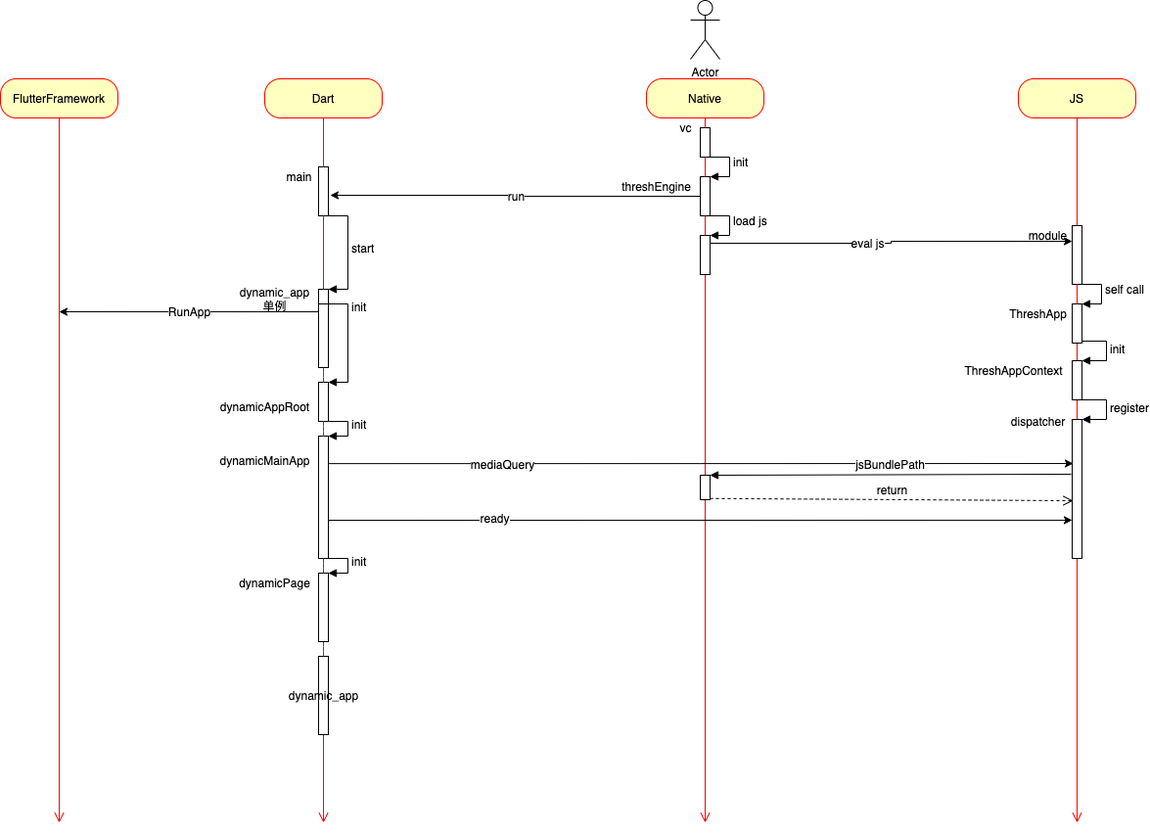
JD-Tang/flutter_uml keeps this draw.io diagram as flutter/thresh UML.png. Above is the earlier version. Source tidied: cells renumbered, new cells last; positions are measured from the earlier drawing's top-left corner, leaving out a move shared by most shapes.
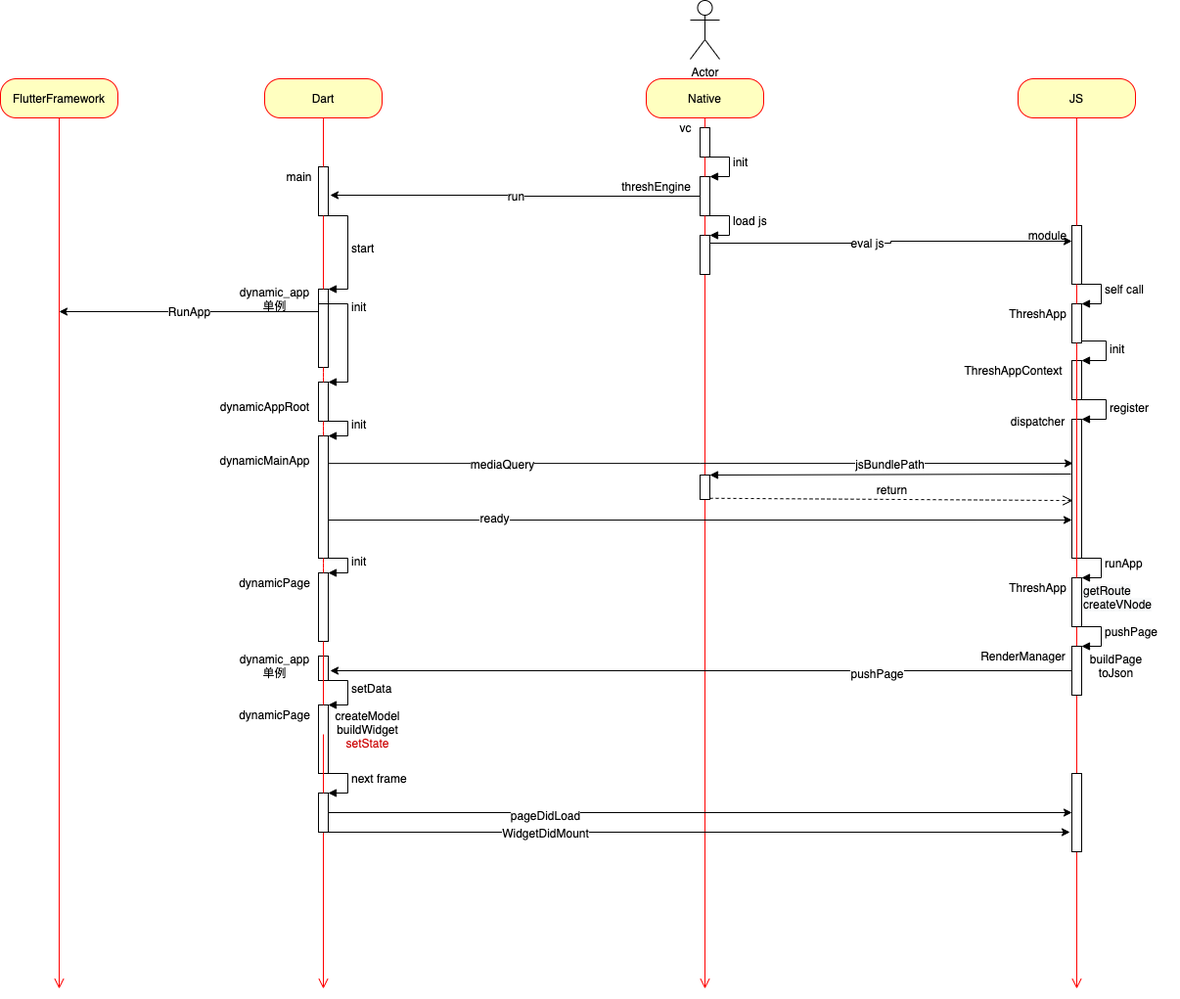
After the change.

Change to the diagram source:
```diff
@@ -7,7 +7,7 @@
     </mxCell>
     <mxCell id="3" style="edgeStyle=orthogonalEdgeStyle;html=1;verticalAlign=bottom;endArrow=open;endSize=8;strokeColor=#ff0000;startArrow=none;" parent="1" edge="1" source="50">
       <mxGeometry relative="1" as="geometry">
-        <mxPoint x="720" y="840" as="targetPoint" />
+        <mxPoint x="720" y="1010" as="targetPoint" />
       </mxGeometry>
     </mxCell>
     <mxCell id="4" style="html=1;points=[];perimeter=orthogonalPerimeter;" parent="1" vertex="1">
@@ -19,27 +19,26 @@
     <mxCell id="6" value="Dart" style="rounded=1;whiteSpace=wrap;html=1;arcSize=40;fontColor=#000000;fillColor=#ffffc0;strokeColor=#ff0000;" parent="1" vertex="1">
       <mxGeometry x="270" y="80" width="120" height="40" as="geometry" />
     </mxCell>
-    <mxCell id="7" style="edgeStyle=orthogonalEdgeStyle;html=1;verticalAlign=bottom;endArrow=open;endSize=8;strokeColor=#ff0000;startArrow=none;" parent="1" edge="1" source="11">
+    <mxCell id="7" style="edgeStyle=orthogonalEdgeStyle;html=1;verticalAlign=bottom;endArrow=open;endSize=8;strokeColor=#ff0000;startArrow=none;" parent="1" edge="1" source="89">
       <mxGeometry relative="1" as="geometry">
-        <mxPoint x="330" y="840" as="targetPoint" />
+        <mxPoint x="330" y="1010" as="targetPoint" />
       </mxGeometry>
     </mxCell>
     <mxCell id="8" value="JS" style="rounded=1;whiteSpace=wrap;html=1;arcSize=40;fontColor=#000000;fillColor=#ffffc0;strokeColor=#ff0000;" parent="1" vertex="1">
       <mxGeometry x="1040" y="80" width="120" height="40" as="geometry" />
     </mxCell>
-    <mxCell id="9" style="edgeStyle=orthogonalEdgeStyle;html=1;verticalAlign=bottom;endArrow=open;endSize=8;strokeColor=#ff0000;startArrow=none;" parent="1" edge="1" source="63">
+    <mxCell id="9" style="edgeStyle=orthogonalEdgeStyle;html=1;verticalAlign=bottom;endArrow=open;endSize=8;strokeColor=#ff0000;startArrow=none;" parent="1" edge="1" source="69">
       <mxGeometry relative="1" as="geometry">
-        <mxPoint x="1100" y="840" as="targetPoint" />
+        <mxPoint x="1100" y="1010" as="targetPoint" />
       </mxGeometry>
     </mxCell>
     <mxCell id="10" value="Actor" style="shape=umlActor;verticalLabelPosition=bottom;verticalAlign=top;html=1;" parent="1" vertex="1">
       <mxGeometry x="705" width="30" height="60" as="geometry" />
     </mxCell>
-    <mxCell id="11" value="dynamic_app" style="html=1;points=[];perimeter=orthogonalPerimeter;" parent="1" vertex="1">
-      <mxGeometry x="325" y="670" width="10" height="80" as="geometry" />
-    </mxCell>
-    <mxCell id="12" style="edgeStyle=orthogonalEdgeStyle;html=1;verticalAlign=bottom;endArrow=none;endSize=8;strokeColor=#ff0000;startArrow=none;" parent="1" edge="1" source="37" target="11">
-      <mxGeometry relative="1" as="geometry" />
+    <mxCell id="12" style="edgeStyle=orthogonalEdgeStyle;html=1;verticalAlign=bottom;endArrow=none;endSize=8;strokeColor=#ff0000;startArrow=none;" parent="1" edge="1" source="82">
+      <mxGeometry relative="1" as="geometry">
+        <mxPoint x="330" y="750" as="targetPoint" />
+      </mxGeometry>
     </mxCell>
     <mxCell id="13" style="html=1;points=[];perimeter=orthogonalPerimeter;" parent="1" vertex="1">
       <mxGeometry x="325" y="170" width="10" height="50" as="geometry" />
@@ -74,7 +73,7 @@
     </mxCell>
     <mxCell id="21" style="edgeStyle=orthogonalEdgeStyle;html=1;verticalAlign=bottom;endArrow=open;endSize=8;strokeColor=#ff0000;" parent="1" edge="1" source="20">
       <mxGeometry relative="1" as="geometry">
-        <mxPoint x="60" y="840" as="targetPoint" />
+        <mxPoint x="60" y="1010" as="targetPoint" />
       </mxGeometry>
     </mxCell>
     <mxCell id="22" value="main" style="text;html=1;align=center;verticalAlign=middle;strokeColor=none;" parent="1" vertex="1">
@@ -261,5 +260,111 @@
     <mxCell id="67" value="return" style="html=1;verticalAlign=bottom;endArrow=open;dashed=1;endSize=8;exitX=1;exitY=0.95;entryX=0.1;entryY=0.585;entryDx=0;entryDy=0;entryPerimeter=0;" parent="1" edge="1" source="65" target="57">
       <mxGeometry relative="1" as="geometry" />
     </mxCell>
+    <mxCell id="68" value="runApp" style="edgeStyle=orthogonalEdgeStyle;html=1;align=left;spacingLeft=2;endArrow=block;rounded=0;entryX=1;entryY=0;" parent="1" edge="1" target="69">
+      <mxGeometry relative="1" as="geometry">
+        <mxPoint x="1095" y="570" as="sourcePoint" />
+        <Array as="points">
+          <mxPoint x="1125" y="570" />
+        </Array>
+      </mxGeometry>
+    </mxCell>
+    <mxCell id="69" style="html=1;points=[];perimeter=orthogonalPerimeter;" parent="1" vertex="1">
+      <mxGeometry x="1095" y="590" width="10" height="50" as="geometry" />
+    </mxCell>
+    <mxCell id="70" style="edgeStyle=orthogonalEdgeStyle;html=1;verticalAlign=bottom;endArrow=none;endSize=8;strokeColor=#ff0000;startArrow=none;" parent="1" edge="1" source="63" target="69">
+      <mxGeometry relative="1" as="geometry" />
+    </mxCell>
+    <mxCell id="71" value="&lt;span style=&quot;color: rgb(0 , 0 , 0) ; font-family: &amp;#34;helvetica&amp;#34; ; font-size: 12px ; font-style: normal ; font-weight: 400 ; letter-spacing: normal ; text-align: center ; text-indent: 0px ; text-transform: none ; word-spacing: 0px ; background-color: rgb(248 , 249 , 250) ; display: inline ; float: none&quot;&gt;getRoute&lt;/span&gt;&lt;br style=&quot;color: rgb(0 , 0 , 0) ; font-family: &amp;#34;helvetica&amp;#34; ; font-size: 12px ; font-style: normal ; font-weight: 400 ; letter-spacing: normal ; text-align: center ; text-indent: 0px ; text-transform: none ; word-spacing: 0px ; background-color: rgb(248 , 249 , 250)&quot;&gt;&lt;span style=&quot;color: rgb(0 , 0 , 0) ; font-family: &amp;#34;helvetica&amp;#34; ; font-size: 12px ; font-style: normal ; font-weight: 400 ; letter-spacing: normal ; text-align: center ; text-indent: 0px ; text-transform: none ; word-spacing: 0px ; background-color: rgb(248 , 249 , 250) ; display: inline ; float: none&quot;&gt;createVNode&lt;br&gt;&lt;br&gt;&lt;/span&gt;" style="text;whiteSpace=wrap;html=1;" parent="1" vertex="1">
+      <mxGeometry x="1105" y="590" width="100" height="40" as="geometry" />
+    </mxCell>
+    <mxCell id="72" value="ThreshApp" style="text;html=1;align=center;verticalAlign=middle;strokeColor=none;" parent="1" vertex="1">
+      <mxGeometry x="1025" y="590" width="70" height="20" as="geometry" />
+    </mxCell>
+    <mxCell id="73" style="edgeStyle=orthogonalEdgeStyle;rounded=0;jettySize=auto;html=1;" parent="1" edge="1" source="75">
+      <mxGeometry relative="1" as="geometry">
+        <mxPoint x="337" y="685" as="targetPoint" />
+      </mxGeometry>
+    </mxCell>
+    <mxCell id="74" value="pushPage" style="edgeLabel;html=1;align=center;verticalAlign=middle;" parent="73" vertex="1">
+      <mxGeometry x="-0.47" y="2" relative="1" as="geometry" />
+    </mxCell>
+    <mxCell id="75" style="html=1;points=[];perimeter=orthogonalPerimeter;" parent="1" vertex="1">
+      <mxGeometry x="1095" y="660" width="10" height="50" as="geometry" />
+    </mxCell>
+    <mxCell id="76" value="pushPage" style="edgeStyle=orthogonalEdgeStyle;html=1;align=left;spacingLeft=2;endArrow=block;rounded=0;entryX=1;entryY=0;" parent="1" edge="1" target="75">
+      <mxGeometry relative="1" as="geometry">
+        <mxPoint x="1095" y="640" as="sourcePoint" />
+        <Array as="points">
+          <mxPoint x="1125" y="640" />
+        </Array>
+      </mxGeometry>
+    </mxCell>
+    <mxCell id="77" value="RenderManager" style="text;html=1;align=center;verticalAlign=middle;strokeColor=none;" parent="1" vertex="1">
+      <mxGeometry x="995" y="660" width="100" height="20" as="geometry" />
+    </mxCell>
+    <mxCell id="78" value="buildPage&lt;br&gt;toJson" style="text;html=1;align=center;verticalAlign=middle;strokeColor=none;" parent="1" vertex="1">
+      <mxGeometry x="1105" y="665" width="70" height="30" as="geometry" />
+    </mxCell>
+    <mxCell id="79" style="html=1;perimeter=orthogonalPerimeter;" parent="1" vertex="1">
+      <mxGeometry x="325" y="670" width="10" height="25" as="geometry" />
+    </mxCell>
+    <mxCell id="80" value="dynamic_app&lt;br&gt;单例" style="text;html=1;align=center;verticalAlign=middle;strokeColor=none;" parent="1" vertex="1">
+      <mxGeometry x="235" y="665" width="90" height="30" as="geometry" />
+    </mxCell>
+    <mxCell id="81" value="setData" style="edgeStyle=orthogonalEdgeStyle;html=1;align=left;spacingLeft=2;endArrow=block;rounded=0;entryX=1;entryY=0;" parent="1" edge="1" target="82">
+      <mxGeometry relative="1" as="geometry">
+        <mxPoint x="325" y="695" as="sourcePoint" />
+        <Array as="points">
+          <mxPoint x="355" y="695" />
+        </Array>
+      </mxGeometry>
+    </mxCell>
+    <mxCell id="82" style="html=1;points=[];perimeter=orthogonalPerimeter;" parent="1" vertex="1">
+      <mxGeometry x="325" y="720" width="10" height="70" as="geometry" />
+    </mxCell>
+    <mxCell id="83" style="edgeStyle=orthogonalEdgeStyle;html=1;verticalAlign=bottom;endArrow=none;endSize=8;strokeColor=#ff0000;startArrow=none;" parent="1" edge="1" source="37" target="82">
+      <mxGeometry relative="1" as="geometry" />
+    </mxCell>
+    <mxCell id="84" value="dynamicPage" style="text;html=1;align=center;verticalAlign=middle;strokeColor=none;" parent="1" vertex="1">
+      <mxGeometry x="235" y="720" width="90" height="20" as="geometry" />
+    </mxCell>
+    <mxCell id="85" value="createModel&lt;br&gt;buildWidget&lt;br&gt;&lt;font color=&quot;#cc0000&quot;&gt;setState&lt;/font&gt;" style="text;html=1;align=center;verticalAlign=middle;strokeColor=none;" parent="1" vertex="1">
+      <mxGeometry x="335" y="720" width="80" height="50" as="geometry" />
+    </mxCell>
+    <mxCell id="86" value="next frame" style="edgeStyle=orthogonalEdgeStyle;html=1;align=left;spacingLeft=2;endArrow=block;rounded=0;entryX=1;entryY=0;" parent="1" edge="1" target="89">
+      <mxGeometry relative="1" as="geometry">
+        <mxPoint x="325" y="790" as="sourcePoint" />
+        <Array as="points">
+          <mxPoint x="355" y="790" />
+        </Array>
+      </mxGeometry>
+    </mxCell>
+    <mxCell id="87" style="edgeStyle=orthogonalEdgeStyle;rounded=0;jettySize=auto;html=1;" parent="1" edge="1" source="89" target="93">
+      <mxGeometry relative="1" as="geometry" />
+    </mxCell>
+    <mxCell id="88" value="pageDidLoad" style="edgeLabel;html=1;align=center;verticalAlign=middle;" parent="87" vertex="1">
+      <mxGeometry x="-0.42" y="-2" relative="1" as="geometry" />
+    </mxCell>
+    <mxCell id="89" style="html=1;points=[];perimeter=orthogonalPerimeter;" parent="1" vertex="1">
+      <mxGeometry x="325" y="810" width="10" height="40" as="geometry" />
+    </mxCell>
+    <mxCell id="90" style="edgeStyle=orthogonalEdgeStyle;html=1;verticalAlign=bottom;endArrow=none;endSize=8;strokeColor=#ff0000;startArrow=none;" parent="1" edge="1" target="89">
+      <mxGeometry relative="1" as="geometry">
+        <mxPoint x="330" y="750" as="sourcePoint" />
+      </mxGeometry>
+    </mxCell>
+    <mxCell id="91" style="edgeStyle=orthogonalEdgeStyle;rounded=0;jettySize=auto;html=1;entryX=-0.2;entryY=0.75;entryDx=0;entryDy=0;entryPerimeter=0;" parent="1" edge="1" target="93">
+      <mxGeometry relative="1" as="geometry">
+        <mxPoint x="335" y="850" as="sourcePoint" />
+      </mxGeometry>
+    </mxCell>
+    <mxCell id="92" value="WidgetDidMount" style="edgeLabel;html=1;align=center;verticalAlign=middle;" parent="91" vertex="1">
+      <mxGeometry x="-0.49" y="2" relative="1" as="geometry">
+        <mxPoint x="29" y="2" as="offset" />
+      </mxGeometry>
+    </mxCell>
+    <mxCell id="93" style="html=1;points=[];perimeter=orthogonalPerimeter;" parent="1" vertex="1">
+      <mxGeometry x="1095" y="790" width="10" height="80" as="geometry" />
+    </mxCell>
   </root>
 </mxGraphModel>
```
